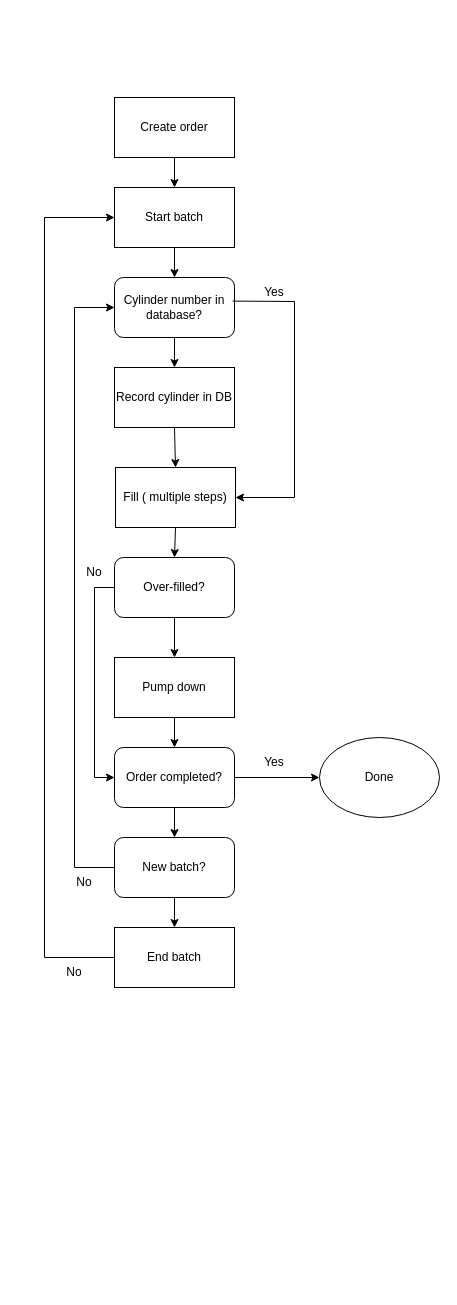
F2Chem/gas-packing keeps this draw.io diagram as Untitled Diagram.drawio. Above is the earlier version. Source tidied: cells renumbered, new cells numbered last; positions are measured from the earlier drawing's top-left corner, leaving out a move shared by most shapes. Both pictures are drawn from the tidied source at 100%, with x=0, y=0 at pixel (44, 97).
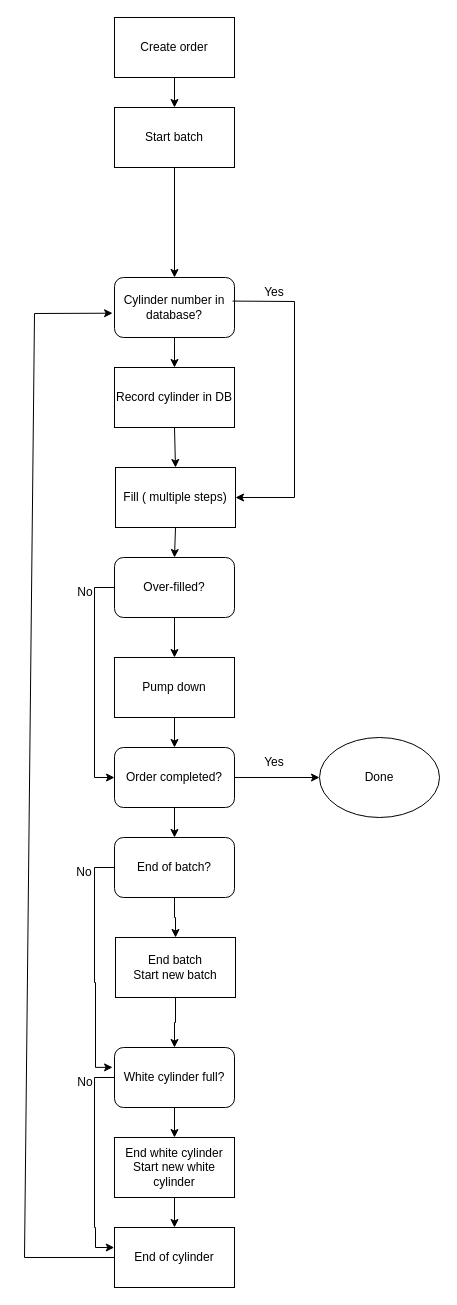
Above is the later version.

Commit message:
gas_filling_flow

The change refers to these unchanged cells:
```xml
<mxCell id="4" value="Cylinder number in database?" style="rounded=1;whiteSpace=wrap;html=1;" parent="1" vertex="1">
  <mxGeometry x="70" y="180" width="120" height="60" as="geometry" />
</mxCell>
```

Change to the diagram source:
```diff
@@
     <mxCell id="2" value="Create order" style="rounded=0;whiteSpace=wrap;html=1;" parent="1" vertex="1">
-      <mxGeometry x="70" width="120" height="60" as="geometry" />
+      <mxGeometry x="70" y="-80" width="120" height="60" as="geometry" />
     </mxCell>
     <mxCell id="3" value="Start batch" style="rounded=0;whiteSpace=wrap;html=1;" parent="1" vertex="1">
-      <mxGeometry x="70" y="90" width="120" height="60" as="geometry" />
+      <mxGeometry x="70" y="10" width="120" height="60" as="geometry" />
     </mxCell>
@@
     <mxCell id="6" style="endArrow=classic;html=1;rounded=0;entryX=0.5;entryY=0;entryDx=0;entryDy=0;" parent="1" edge="1" target="3">
       <mxGeometry relative="1" as="geometry">
-        <mxPoint x="130" y="60" as="sourcePoint" />
+        <mxPoint x="130" y="-20" as="sourcePoint" />
       </mxGeometry>
     </mxCell>
@@
+    <mxCell id="32" style="edgeStyle=orthogonalEdgeStyle;rounded=0;jettySize=auto;html=1;entryX=-0.016;entryY=0.331;entryDx=0;entryDy=0;entryPerimeter=0;" parent="1" edge="1" source="16" target="36">
+      <mxGeometry relative="1" as="geometry">
+        <Array as="points">
+          <mxPoint x="50" y="770" />
+          <mxPoint x="50" y="885" />
+          <mxPoint x="51" y="885" />
+          <mxPoint x="51" y="970" />
+        </Array>
+      </mxGeometry>
+    </mxCell>
+    <mxCell id="21" style="edgeStyle=orthogonalEdgeStyle;rounded=0;jettySize=auto;html=1;entryX=0.5;entryY=0;entryDx=0;entryDy=0;" parent="1" edge="1" source="16" target="20">
+      <mxGeometry relative="1" as="geometry" />
+    </mxCell>
-    <mxCell id="16" value="New batch?" style="rounded=1;whiteSpace=wrap;html=1;" parent="1" vertex="1">
+    <mxCell id="16" value="End of batch?" style="rounded=1;whiteSpace=wrap;html=1;" parent="1" vertex="1">
       <mxGeometry x="70" y="740" width="120" height="60" as="geometry" />
     </mxCell>
-    <mxCell id="17" style="endArrow=classic;html=1;rounded=0;exitX=0;exitY=0.5;exitDx=0;exitDy=0;entryX=0;entryY=0.5;entryDx=0;entryDy=0;" parent="1" edge="1" source="16" target="4">
-      <mxGeometry relative="1" as="geometry">
-        <Array as="points">
-          <mxPoint x="30" y="770" />
-          <mxPoint x="30" y="210" />
-        </Array>
-      </mxGeometry>
-    </mxCell>
@@
+    <mxCell id="33" style="edgeStyle=orthogonalEdgeStyle;rounded=0;jettySize=auto;html=1;entryX=0.5;entryY=0;entryDx=0;entryDy=0;" parent="1" edge="1" source="20" target="36">
+      <mxGeometry relative="1" as="geometry" />
+    </mxCell>
-    <mxCell id="20" value="End batch" style="rounded=0;whiteSpace=wrap;html=1;" parent="1" vertex="1">
-      <mxGeometry x="70" y="830" width="120" height="60" as="geometry" />
+    <mxCell id="20" value="&lt;div&gt;End batch&lt;/div&gt;&lt;div&gt;Start new batch&lt;/div&gt;" style="rounded=0;whiteSpace=wrap;html=1;" parent="1" vertex="1">
+      <mxGeometry x="71" y="840" width="120" height="60" as="geometry" />
     </mxCell>
-    <mxCell id="21" style="endArrow=classic;html=1;rounded=0;exitX=0.5;exitY=1;exitDx=0;exitDy=0;" parent="1" edge="1" source="16" target="20">
-      <mxGeometry relative="1" as="geometry" />
-    </mxCell>
-    <mxCell id="22" style="endArrow=classic;html=1;rounded=0;exitX=0;exitY=0.5;exitDx=0;exitDy=0;entryX=0;entryY=0.5;entryDx=0;entryDy=0;" parent="1" edge="1" source="20" target="3">
-      <mxGeometry relative="1" as="geometry">
-        <Array as="points">
-          <mxPoint y="860" />
-          <mxPoint y="120" />
-        </Array>
-      </mxGeometry>
-    </mxCell>
@@
-    <mxCell id="27" value="No" style="text;html=1;align=center;verticalAlign=middle;whiteSpace=wrap;rounded=0;" parent="1" vertex="1">
-      <mxGeometry x="10" y="770" width="60" height="30" as="geometry" />
-    </mxCell>
-    <mxCell id="28" value="No" style="text;html=1;align=center;verticalAlign=middle;whiteSpace=wrap;rounded=0;" parent="1" vertex="1">
-      <mxGeometry y="860" width="60" height="30" as="geometry" />
-    </mxCell>
@@
     <mxCell id="31" value="No" style="text;html=1;align=center;verticalAlign=middle;whiteSpace=wrap;rounded=0;" parent="1" vertex="1">
-      <mxGeometry x="20" y="460" width="60" height="30" as="geometry" />
+      <mxGeometry x="11" y="480" width="60" height="30" as="geometry" />
     </mxCell>
+    <mxCell id="34" style="edgeStyle=orthogonalEdgeStyle;rounded=0;jettySize=auto;html=1;exitX=0.5;exitY=1;exitDx=0;exitDy=0;entryX=0.5;entryY=0;entryDx=0;entryDy=0;" parent="1" edge="1" source="36" target="38">
+      <mxGeometry relative="1" as="geometry" />
+    </mxCell>
+    <mxCell id="35" style="edgeStyle=orthogonalEdgeStyle;rounded=0;jettySize=auto;html=1;entryX=-0.002;entryY=0.334;entryDx=0;entryDy=0;entryPerimeter=0;" parent="1" edge="1" source="36" target="39">
+      <mxGeometry relative="1" as="geometry">
+        <Array as="points">
+          <mxPoint x="50" y="980" />
+          <mxPoint x="50" y="1130" />
+          <mxPoint x="51" y="1130" />
+          <mxPoint x="51" y="1150" />
+        </Array>
+      </mxGeometry>
+    </mxCell>
+    <mxCell id="36" value="White cylinder full?" style="rounded=1;whiteSpace=wrap;html=1;" parent="1" vertex="1">
+      <mxGeometry x="70" y="950" width="120" height="60" as="geometry" />
+    </mxCell>
+    <mxCell id="37" style="edgeStyle=orthogonalEdgeStyle;rounded=0;jettySize=auto;html=1;entryX=0.5;entryY=0;entryDx=0;entryDy=0;" parent="1" edge="1" source="38" target="39">
+      <mxGeometry relative="1" as="geometry" />
+    </mxCell>
+    <mxCell id="38" value="&lt;div&gt;End white cylinder&lt;/div&gt;&lt;div&gt;Start new white cylinder&lt;/div&gt;" style="rounded=0;whiteSpace=wrap;html=1;" parent="1" vertex="1">
+      <mxGeometry x="70" y="1040" width="120" height="60" as="geometry" />
+    </mxCell>
+    <mxCell id="39" value="End of cylinder" style="rounded=0;whiteSpace=wrap;html=1;" parent="1" vertex="1">
+      <mxGeometry x="70" y="1130" width="120" height="60" as="geometry" />
+    </mxCell>
+    <mxCell id="40" style="endArrow=classic;html=1;rounded=0;entryX=-0.016;entryY=0.595;entryDx=0;entryDy=0;entryPerimeter=0;exitX=0;exitY=0.5;exitDx=0;exitDy=0;" parent="1" edge="1" source="39" target="4">
+      <mxGeometry relative="1" as="geometry">
+        <Array as="points">
+          <mxPoint x="-20" y="1160" />
+          <mxPoint x="-10" y="216" />
+        </Array>
+      </mxGeometry>
+    </mxCell>
+    <mxCell id="41" value="No" style="text;html=1;align=center;verticalAlign=middle;whiteSpace=wrap;rounded=0;" parent="1" vertex="1">
+      <mxGeometry x="10" y="760" width="60" height="30" as="geometry" />
+    </mxCell>
+    <mxCell id="42" value="No" style="text;html=1;align=center;verticalAlign=middle;whiteSpace=wrap;rounded=0;" parent="1" vertex="1">
+      <mxGeometry x="11" y="970" width="60" height="30" as="geometry" />
+    </mxCell>
```
